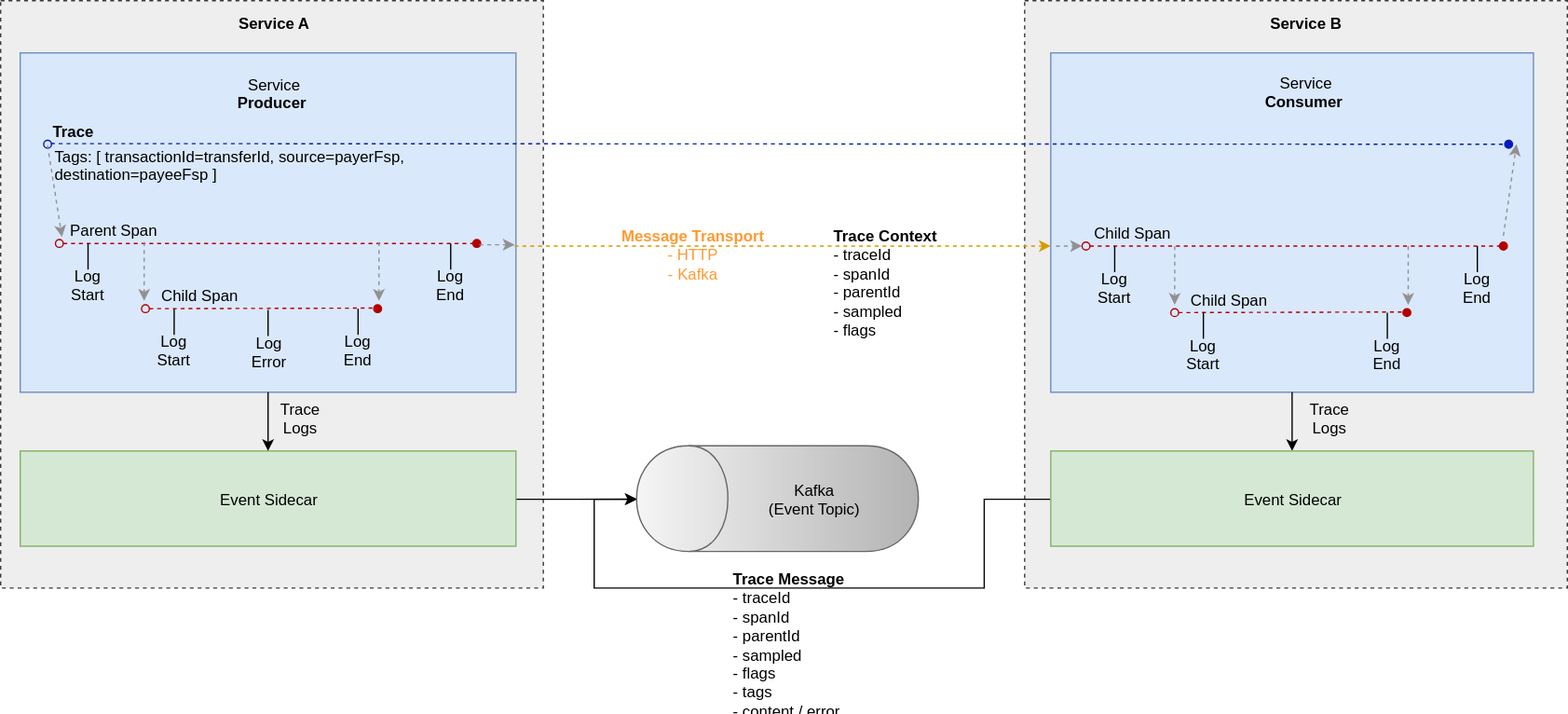
mojaloop/documentation keeps this draw.io diagram as mojaloop-technical-overview/event-framework/assets/diagrams/architecture/architecture-event-trace.svg. Above is the earlier version. Source tidied: cells renumbered, new cells last; positions are measured from the earlier drawing's top-left corner, leaving out a move shared by most shapes.
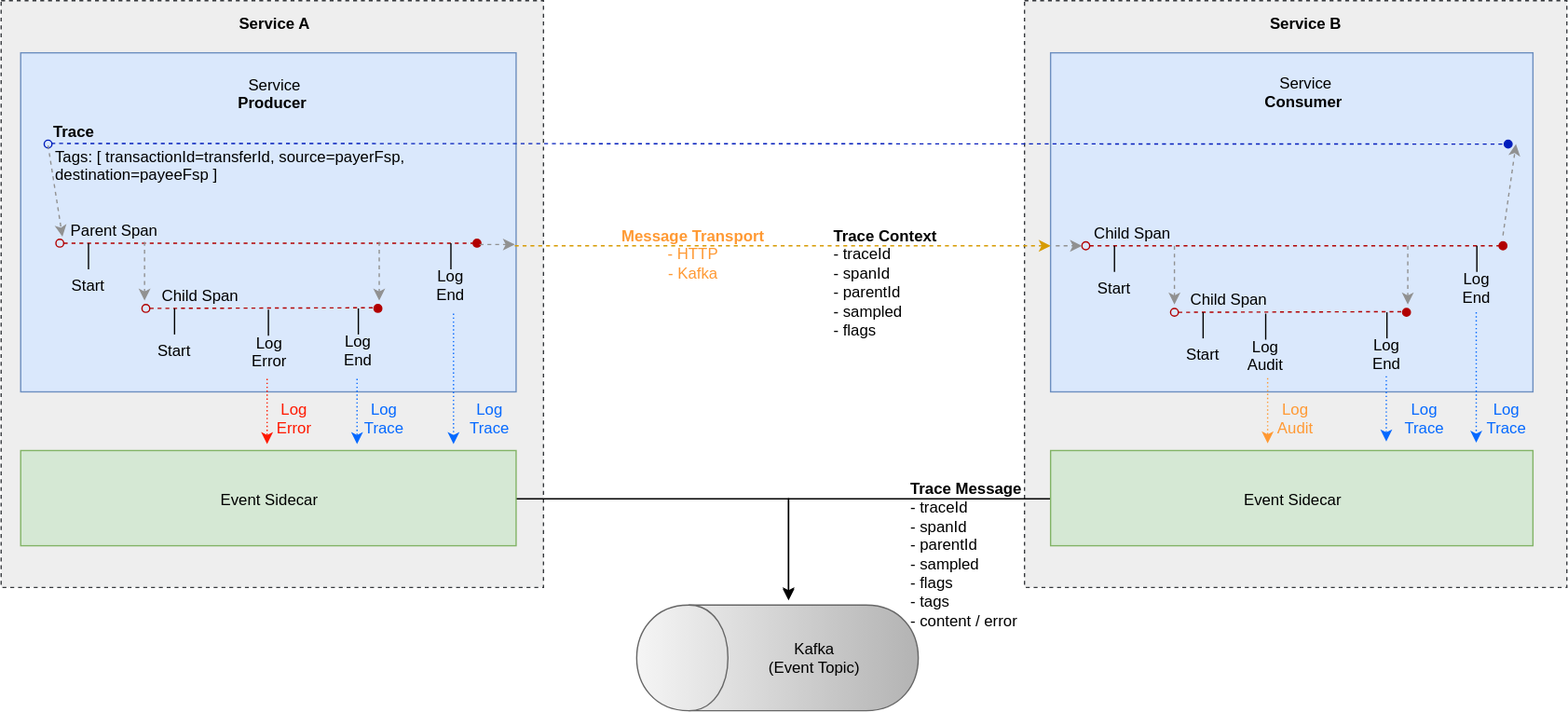
Later version of the same file.

Commit message:
Updated all diagrams for event design changes for PoC

Change to the diagram source:
```diff
@@ -17,9 +17,6 @@
     <mxCell id="6" style="rounded=0;whiteSpace=wrap;html=1;fillColor=#dae8fc;strokeColor=#6c8ebf;" parent="1" vertex="1">
       <mxGeometry x="15" y="40" width="380" height="260" as="geometry" />
     </mxCell>
-    <mxCell id="7" style="edgeStyle=orthogonalEdgeStyle;rounded=0;jettySize=auto;html=1;exitX=0.5;exitY=1;exitDx=0;exitDy=0;entryX=0.5;entryY=0;entryDx=0;entryDy=0;startArrow=none;startFill=0;endArrow=classic;endFill=1;" parent="1" edge="1" source="3" target="46">
-      <mxGeometry relative="1" as="geometry" />
-    </mxCell>
     <mxCell id="8" style="endArrow=oval;dashed=1;html=1;endFill=1;startArrow=oval;startFill=0;fillColor=#0050ef;strokeColor=#001DBC;" parent="1" edge="1">
       <mxGeometry relative="1" as="geometry">
         <mxPoint x="35.5" y="109.5" as="sourcePoint" />
@@ -47,7 +44,7 @@
         <mxPoint x="67" y="186" as="targetPoint" />
       </mxGeometry>
     </mxCell>
-    <mxCell id="14" value="Log&lt;br&gt;Start&lt;br&gt;" style="text;html=1;strokeColor=none;fillColor=none;align=center;verticalAlign=middle;whiteSpace=wrap;rounded=0;" parent="1" vertex="1">
+    <mxCell id="14" value="Start&lt;br&gt;" style="text;html=1;strokeColor=none;fillColor=none;align=center;verticalAlign=middle;whiteSpace=wrap;rounded=0;" parent="1" vertex="1">
       <mxGeometry x="47" y="207.5" width="40" height="20" as="geometry" />
     </mxCell>
     <mxCell id="15" style="endArrow=none;html=1;" parent="1" edge="1">
@@ -74,7 +71,7 @@
         <mxPoint x="854" y="188" as="targetPoint" />
       </mxGeometry>
     </mxCell>
-    <mxCell id="20" value="Log&lt;br&gt;Start&lt;br&gt;" style="text;html=1;strokeColor=none;fillColor=none;align=center;verticalAlign=middle;whiteSpace=wrap;rounded=0;" parent="1" vertex="1">
+    <mxCell id="20" value="Start&lt;br&gt;" style="text;html=1;strokeColor=none;fillColor=none;align=center;verticalAlign=middle;whiteSpace=wrap;rounded=0;" parent="1" vertex="1">
       <mxGeometry x="834" y="209.5" width="40" height="20" as="geometry" />
     </mxCell>
     <mxCell id="21" style="endArrow=none;html=1;" parent="1" edge="1">
@@ -101,7 +98,7 @@
         <mxPoint x="133" y="236" as="targetPoint" />
       </mxGeometry>
     </mxCell>
-    <mxCell id="26" value="Log&lt;br&gt;Start&lt;br&gt;" style="text;html=1;strokeColor=none;fillColor=none;align=center;verticalAlign=middle;whiteSpace=wrap;rounded=0;" parent="1" vertex="1">
+    <mxCell id="26" value="Start&lt;br&gt;" style="text;html=1;strokeColor=none;fillColor=none;align=center;verticalAlign=middle;whiteSpace=wrap;rounded=0;" parent="1" vertex="1">
       <mxGeometry x="113" y="257.5" width="40" height="20" as="geometry" />
     </mxCell>
     <mxCell id="27" style="endArrow=none;html=1;" parent="1" edge="1">
@@ -137,7 +134,7 @@
         <mxPoint x="922" y="239" as="targetPoint" />
       </mxGeometry>
     </mxCell>
-    <mxCell id="35" value="Log&lt;br&gt;Start&lt;br&gt;" style="text;html=1;strokeColor=none;fillColor=none;align=center;verticalAlign=middle;whiteSpace=wrap;rounded=0;" parent="1" vertex="1">
+    <mxCell id="35" value="Start&lt;br&gt;" style="text;html=1;strokeColor=none;fillColor=none;align=center;verticalAlign=middle;whiteSpace=wrap;rounded=0;" parent="1" vertex="1">
       <mxGeometry x="902" y="260.5" width="40" height="20" as="geometry" />
     </mxCell>
     <mxCell id="36" style="endArrow=none;html=1;" parent="1" edge="1">
@@ -161,23 +158,21 @@
     <mxCell id="40" value="Log&lt;br&gt;Error&lt;br&gt;" style="text;html=1;strokeColor=none;fillColor=none;align=center;verticalAlign=middle;whiteSpace=wrap;rounded=0;" parent="1" vertex="1">
       <mxGeometry x="185" y="258.5" width="40" height="20" as="geometry" />
     </mxCell>
-    <mxCell id="41" style="edgeStyle=orthogonalEdgeStyle;rounded=0;jettySize=auto;html=1;startArrow=none;startFill=0;endArrow=classic;endFill=1;entryX=0.5;entryY=0;entryDx=0;entryDy=0;exitX=0;exitY=0.5;exitDx=0;exitDy=0;" parent="1" edge="1" source="46" target="42">
+    <mxCell id="41" style="edgeStyle=orthogonalEdgeStyle;rounded=0;jettySize=auto;html=1;startArrow=none;startFill=0;endArrow=classic;endFill=1;exitX=0;exitY=0.5;exitDx=0;exitDy=0;" parent="1" edge="1" source="46">
       <mxGeometry relative="1" as="geometry">
+        <mxPoint x="604" y="460" as="targetPoint" />
         <Array as="points">
-          <mxPoint x="754" y="382" />
-          <mxPoint x="754" y="450" />
-          <mxPoint x="455" y="450" />
-          <mxPoint x="455" y="382" />
+          <mxPoint x="604" y="382" />
         </Array>
       </mxGeometry>
     </mxCell>
     <mxCell id="42" value="&lt;div style=&quot;text-align: center&quot;&gt;&lt;/div&gt;" style="shape=cylinder;whiteSpace=wrap;html=1;boundedLbl=1;backgroundOutline=1;rotation=-90;flipH=1;flipV=0;direction=east;fillColor=#f5f5f5;strokeColor=#666666;gradientColor=#b3b3b3;" parent="1" vertex="1">
-      <mxGeometry x="555" y="273.5" width="81" height="216" as="geometry" />
+      <mxGeometry x="555" y="396" width="81" height="216" as="geometry" />
     </mxCell>
     <mxCell id="43" value="&lt;div&gt;&lt;/div&gt;Kafka&lt;br&gt;(Event Topic)&lt;br&gt;" style="text;html=1;strokeColor=none;fillColor=none;align=center;verticalAlign=middle;whiteSpace=wrap;rounded=0;" parent="1" vertex="1">
-      <mxGeometry x="573" y="371" width="100" height="21" as="geometry" />
+      <mxGeometry x="573" y="493.5" width="100" height="21" as="geometry" />
     </mxCell>
-    <mxCell id="44" style="edgeStyle=orthogonalEdgeStyle;rounded=0;jettySize=auto;html=1;exitX=1;exitY=0.5;exitDx=0;exitDy=0;startArrow=none;startFill=0;endArrow=classic;endFill=1;" parent="1" edge="1" source="45" target="42">
+    <mxCell id="44" style="edgeStyle=orthogonalEdgeStyle;rounded=0;jettySize=auto;html=1;exitX=1;exitY=0.5;exitDx=0;exitDy=0;startArrow=none;startFill=0;endArrow=classic;endFill=1;entryX=-0.056;entryY=0.539;entryDx=0;entryDy=0;entryPerimeter=0;" parent="1" edge="1" source="45" target="42">
       <mxGeometry relative="1" as="geometry" />
     </mxCell>
     <mxCell id="45" value="Event Sidecar" style="rounded=0;whiteSpace=wrap;html=1;fillColor=#d5e8d4;strokeColor=#82b366;" parent="1" vertex="1">
@@ -186,14 +181,14 @@
     <mxCell id="46" value="Event Sidecar" style="rounded=0;whiteSpace=wrap;html=1;fillColor=#d5e8d4;strokeColor=#82b366;" parent="1" vertex="1">
       <mxGeometry x="805" y="345" width="370" height="73" as="geometry" />
     </mxCell>
-    <mxCell id="47" style="endArrow=classic;html=1;exitX=0.5;exitY=1;exitDx=0;exitDy=0;" parent="1" edge="1" source="6" target="45">
-      <mxGeometry relative="1" as="geometry" />
+    <mxCell id="47" style="endArrow=classic;html=1;fontColor=#0000FF;strokeColor=#0569FF;dashed=1;dashPattern=1 2;" parent="1" edge="1">
+      <mxGeometry relative="1" as="geometry">
+        <mxPoint x="347" y="240" as="sourcePoint" />
+        <mxPoint x="347" y="340" as="targetPoint" />
+      </mxGeometry>
     </mxCell>
-    <mxCell id="48" value="Trace&lt;br&gt;Logs&lt;br&gt;" style="text;html=1;strokeColor=none;fillColor=none;align=center;verticalAlign=middle;whiteSpace=wrap;rounded=0;" parent="1" vertex="1">
-      <mxGeometry x="209" y="310" width="40" height="20" as="geometry" />
-    </mxCell>
-    <mxCell id="49" value="Trace&lt;br&gt;Logs&lt;br&gt;" style="text;html=1;strokeColor=none;fillColor=none;align=center;verticalAlign=middle;whiteSpace=wrap;rounded=0;" parent="1" vertex="1">
-      <mxGeometry x="998" y="310" width="40" height="20" as="geometry" />
+    <mxCell id="49" value="Log Trace&lt;br&gt;" style="text;html=1;strokeColor=none;fillColor=none;align=center;verticalAlign=middle;whiteSpace=wrap;rounded=0;fontColor=#0569FF;" parent="1" vertex="1">
+      <mxGeometry x="1135" y="310" width="40" height="20" as="geometry" />
     </mxCell>
     <mxCell id="50" style="endArrow=classic;html=1;dashed=1;fillColor=#f5f5f5;strokeColor=#919191;" parent="1" edge="1">
       <mxGeometry relative="1" as="geometry">
@@ -247,7 +242,61 @@
       <mxGeometry x="935" y="7" width="130" height="20" as="geometry" />
     </mxCell>
     <mxCell id="60" value="&lt;div style=&quot;text-align: justify&quot;&gt;&lt;div&gt;&lt;b&gt;Trace Message&lt;/b&gt;&lt;br&gt;- traceId&lt;br&gt;- spanId&lt;br&gt;- parentId&lt;br&gt;&lt;/div&gt;&lt;div&gt;- sampled&lt;/div&gt;&lt;div&gt;- flags&lt;/div&gt;&lt;div&gt;- tags&lt;/div&gt;&lt;div&gt;- content / error&lt;/div&gt;&lt;/div&gt;" style="text;html=1;strokeColor=none;fillColor=none;align=center;verticalAlign=middle;whiteSpace=wrap;rounded=0;" parent="1" vertex="1">
-      <mxGeometry x="552" y="479" width="103" height="25" as="geometry" />
+      <mxGeometry x="688" y="410" width="103" height="25" as="geometry" />
     </mxCell>
+    <mxCell id="61" style="endArrow=classic;html=1;fontColor=#0000FF;strokeColor=#0569FF;dashed=1;dashPattern=1 2;" parent="1" edge="1">
+      <mxGeometry relative="1" as="geometry">
+        <mxPoint x="1131.5" y="239" as="sourcePoint" />
+        <mxPoint x="1131.5" y="339" as="targetPoint" />
+      </mxGeometry>
+    </mxCell>
+    <mxCell id="62" style="endArrow=classic;html=1;fontColor=#0000FF;strokeColor=#0569FF;dashed=1;dashPattern=1 2;" parent="1" edge="1">
+      <mxGeometry relative="1" as="geometry">
+        <mxPoint x="273" y="290" as="sourcePoint" />
+        <mxPoint x="273" y="340" as="targetPoint" />
+      </mxGeometry>
+    </mxCell>
+    <mxCell id="63" style="endArrow=classic;html=1;fontColor=#0000FF;strokeColor=#FF1900;dashed=1;dashPattern=1 2;" parent="1" edge="1">
+      <mxGeometry relative="1" as="geometry">
+        <mxPoint x="204" y="290" as="sourcePoint" />
+        <mxPoint x="204" y="340" as="targetPoint" />
+      </mxGeometry>
+    </mxCell>
+    <mxCell id="64" style="endArrow=classic;html=1;fontColor=#0000FF;strokeColor=#0569FF;dashed=1;dashPattern=1 2;" parent="1" edge="1">
+      <mxGeometry relative="1" as="geometry">
+        <mxPoint x="1062.5" y="288" as="sourcePoint" />
+        <mxPoint x="1062.5" y="338" as="targetPoint" />
+      </mxGeometry>
+    </mxCell>
+    <mxCell id="65" value="Log Trace&lt;br&gt;" style="text;html=1;strokeColor=none;fillColor=none;align=center;verticalAlign=middle;whiteSpace=wrap;rounded=0;fontColor=#0569FF;" parent="1" vertex="1">
+      <mxGeometry x="1072" y="310" width="40" height="20" as="geometry" />
+    </mxCell>
+    <mxCell id="66" value="Log Trace&lt;br&gt;" style="text;html=1;strokeColor=none;fillColor=none;align=center;verticalAlign=middle;whiteSpace=wrap;rounded=0;fontColor=#0569FF;" parent="1" vertex="1">
+      <mxGeometry x="355" y="310" width="40" height="20" as="geometry" />
+    </mxCell>
+    <mxCell id="67" value="Log Trace&lt;br&gt;" style="text;html=1;strokeColor=none;fillColor=none;align=center;verticalAlign=middle;whiteSpace=wrap;rounded=0;fontColor=#0569FF;" parent="1" vertex="1">
+      <mxGeometry x="274" y="310" width="40" height="20" as="geometry" />
+    </mxCell>
+    <mxCell id="68" value="Log Error&lt;br&gt;" style="text;html=1;strokeColor=none;fillColor=none;align=center;verticalAlign=middle;whiteSpace=wrap;rounded=0;fontColor=#FF1900;" parent="1" vertex="1">
+      <mxGeometry x="205" y="310" width="40" height="20" as="geometry" />
+    </mxCell>
+    <mxCell id="69" style="endArrow=none;html=1;" parent="1" edge="1">
+      <mxGeometry relative="1" as="geometry">
+        <mxPoint x="970" y="260" as="sourcePoint" />
+        <mxPoint x="970" y="240" as="targetPoint" />
+      </mxGeometry>
+    </mxCell>
+    <mxCell id="70" value="Log&lt;br&gt;Audit&lt;br&gt;" style="text;html=1;strokeColor=none;fillColor=none;align=center;verticalAlign=middle;whiteSpace=wrap;rounded=0;" parent="1" vertex="1">
+      <mxGeometry x="950" y="261.5" width="40" height="20" as="geometry" />
+    </mxCell>
+    <mxCell id="71" style="endArrow=classic;html=1;fontColor=#FF9933;strokeColor=#FF9933;dashed=1;dashPattern=1 2;fillColor=#60a917;" parent="1" edge="1">
+      <mxGeometry relative="1" as="geometry">
+        <mxPoint x="971.5" y="289.5" as="sourcePoint" />
+        <mxPoint x="971.5" y="339.5" as="targetPoint" />
+      </mxGeometry>
+    </mxCell>
+    <mxCell id="72" value="Log Audit&lt;br&gt;" style="text;html=1;strokeColor=none;fillColor=none;align=center;verticalAlign=middle;whiteSpace=wrap;rounded=0;fontColor=#FF9933;" parent="1" vertex="1">
+      <mxGeometry x="972.5" y="309.5" width="40" height="20" as="geometry" />
+    </mxCell>
   </root>
 </mxGraphModel>
```
